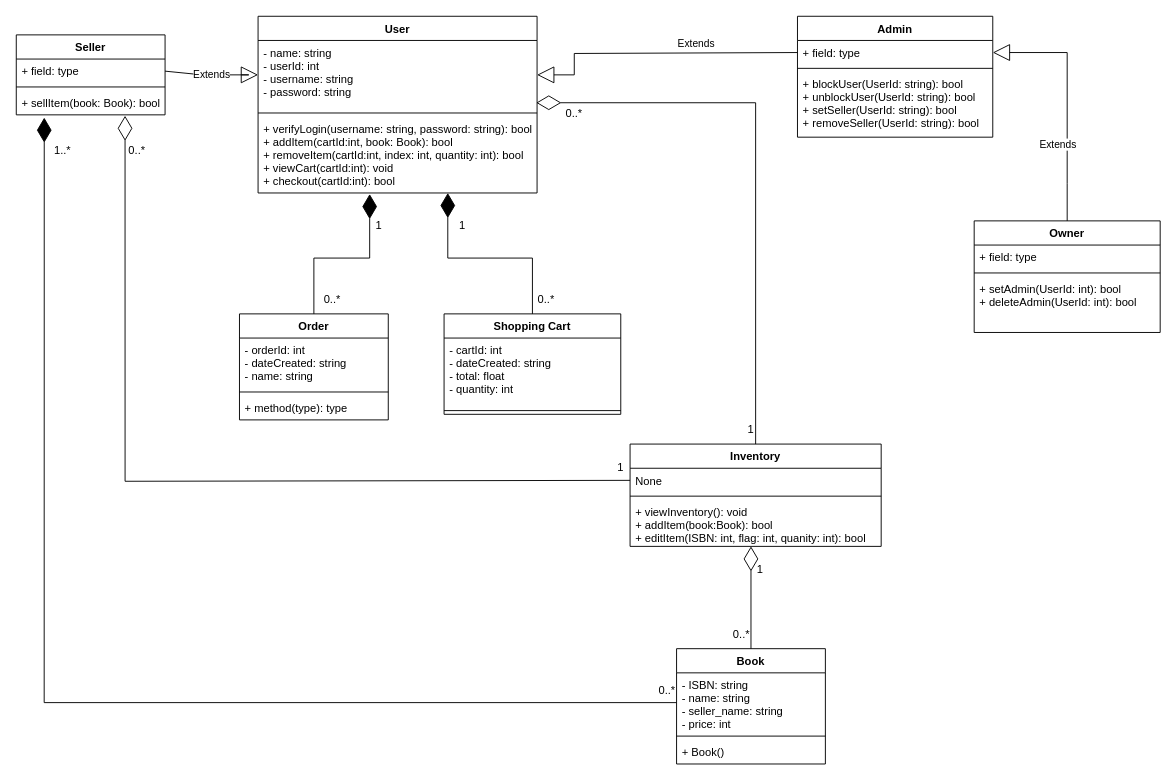
Above: Class_Diagram.drawio in adl409/SE-project-Group-5 (draw.io), before the change. Source tidied: cells renumbered, new cells numbered last; positions are measured from the earlier drawing's top-left corner, leaving out a move shared by most shapes. Both pictures are drawn from the tidied source at 93%, with x=0, y=0 at pixel (16, 16).
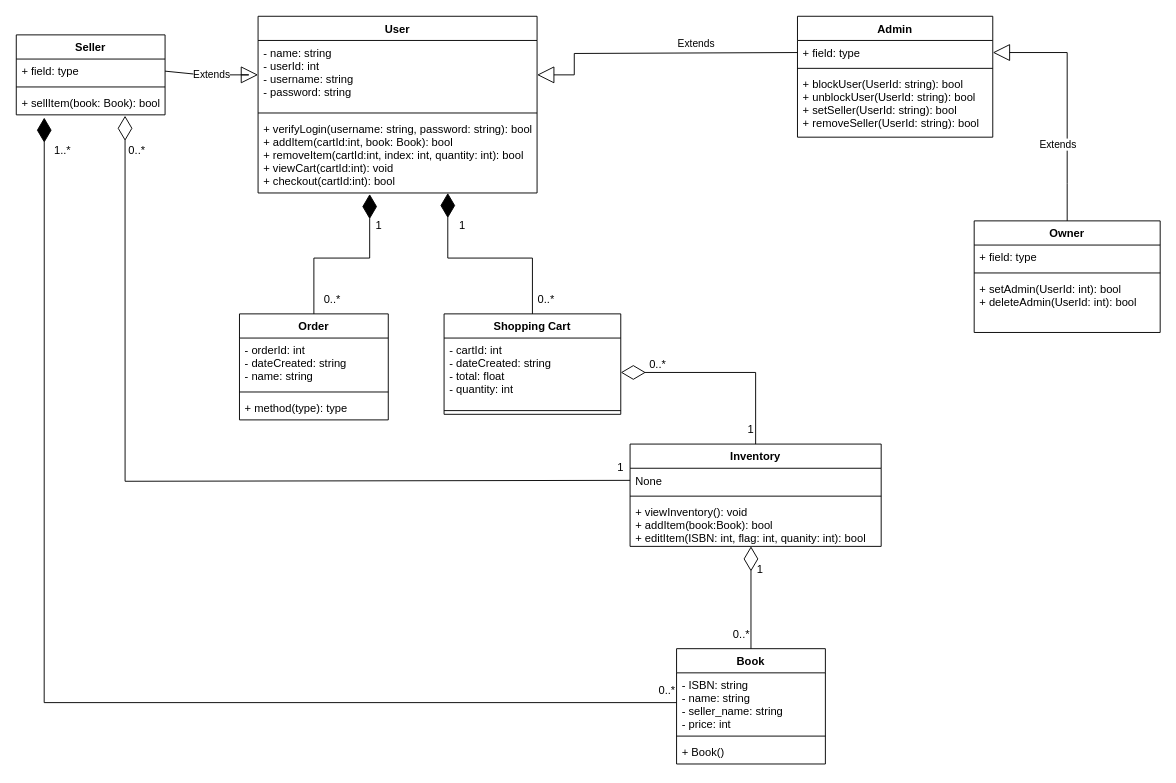
The same diagram, later.

Unchanged cells that the change refers to:
```xml
<mxCell id="3" value="- name: string&#10;- userId: int&#10;- username: string&#10;- password: string" style="text;strokeColor=none;fillColor=none;align=left;verticalAlign=top;spacingLeft=4;spacingRight=4;overflow=hidden;points=[[0,0.5],[1,0.5]];portConstraint=eastwest;" parent="2" vertex="1">
  <mxGeometry y="26" width="300" height="74" as="geometry" />
</mxCell>
<mxCell id="11" value="- cartId: int&#10;- dateCreated: string&#10;- total: float&#10;- quantity: int" style="text;strokeColor=none;fillColor=none;align=left;verticalAlign=top;spacingLeft=4;spacingRight=4;overflow=hidden;points=[[0,0.5],[1,0.5]];portConstraint=eastwest;" parent="10" vertex="1">
  <mxGeometry y="26" width="190" height="74" as="geometry" />
</mxCell>
<mxCell id="21" value="Inventory&#10;" style="swimlane;fontStyle=1;align=center;verticalAlign=top;horizontal=1;startSize=26;" parent="1" vertex="1">
  <mxGeometry x="660" y="460" width="270" height="110" as="geometry" />
</mxCell>
```

What changed in the source:
```diff
@@
-    <mxCell id="38" style="endArrow=diamondThin;endFill=0;endSize=24;html=1;rounded=0;exitX=0.5;exitY=0;exitDx=0;exitDy=0;entryX=0.997;entryY=0.905;entryDx=0;entryDy=0;entryPerimeter=0;" parent="1" edge="1" source="21" target="3">
+    <mxCell id="38" style="endArrow=diamondThin;endFill=0;endSize=24;html=1;rounded=0;exitX=0.5;exitY=0;exitDx=0;exitDy=0;entryX=1;entryY=0.5;entryDx=0;entryDy=0;" parent="1" edge="1" source="21" target="11">
       <mxGeometry relative="1" as="geometry">
         <Array as="points">
-          <mxPoint x="795" y="93" />
+          <mxPoint x="795" y="383" />
         </Array>
       </mxGeometry>
     </mxCell>
@@
     <mxCell id="40" value="0..*" style="text;strokeColor=none;align=center;fillColor=none;html=1;verticalAlign=middle;whiteSpace=wrap;rounded=0;" parent="1" vertex="1">
-      <mxGeometry x="570" y="90" width="60" height="30" as="geometry" />
+      <mxGeometry x="660" y="360" width="60" height="30" as="geometry" />
     </mxCell>
```
